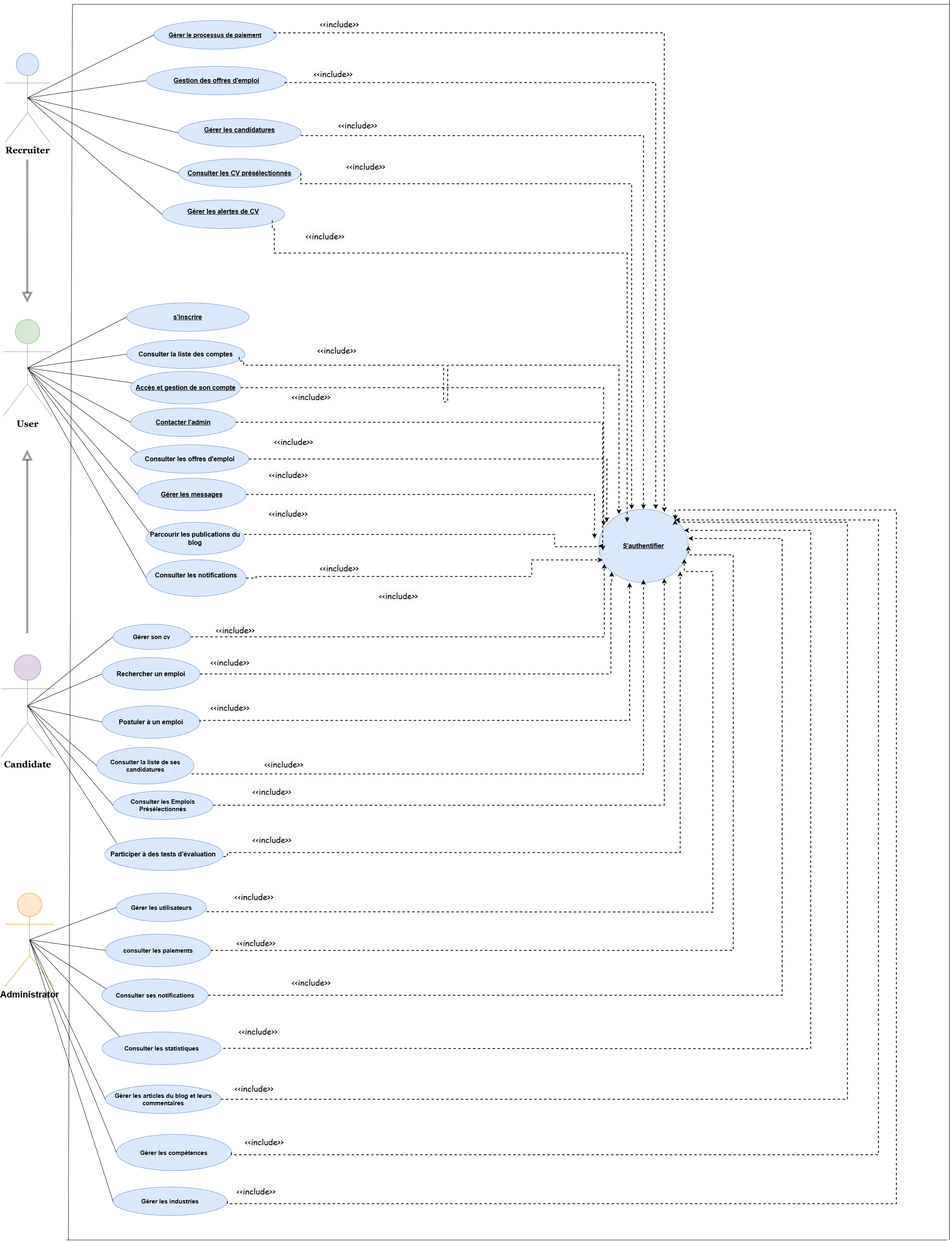
Before: Diagramme cas d'utilisation.drawio.png, a diagram exported from draw.io (chirine1/-project). Source tidied: cells renumbered, new cells last; positions are measured from the earlier drawing's top-left corner, leaving out a move shared by most shapes.
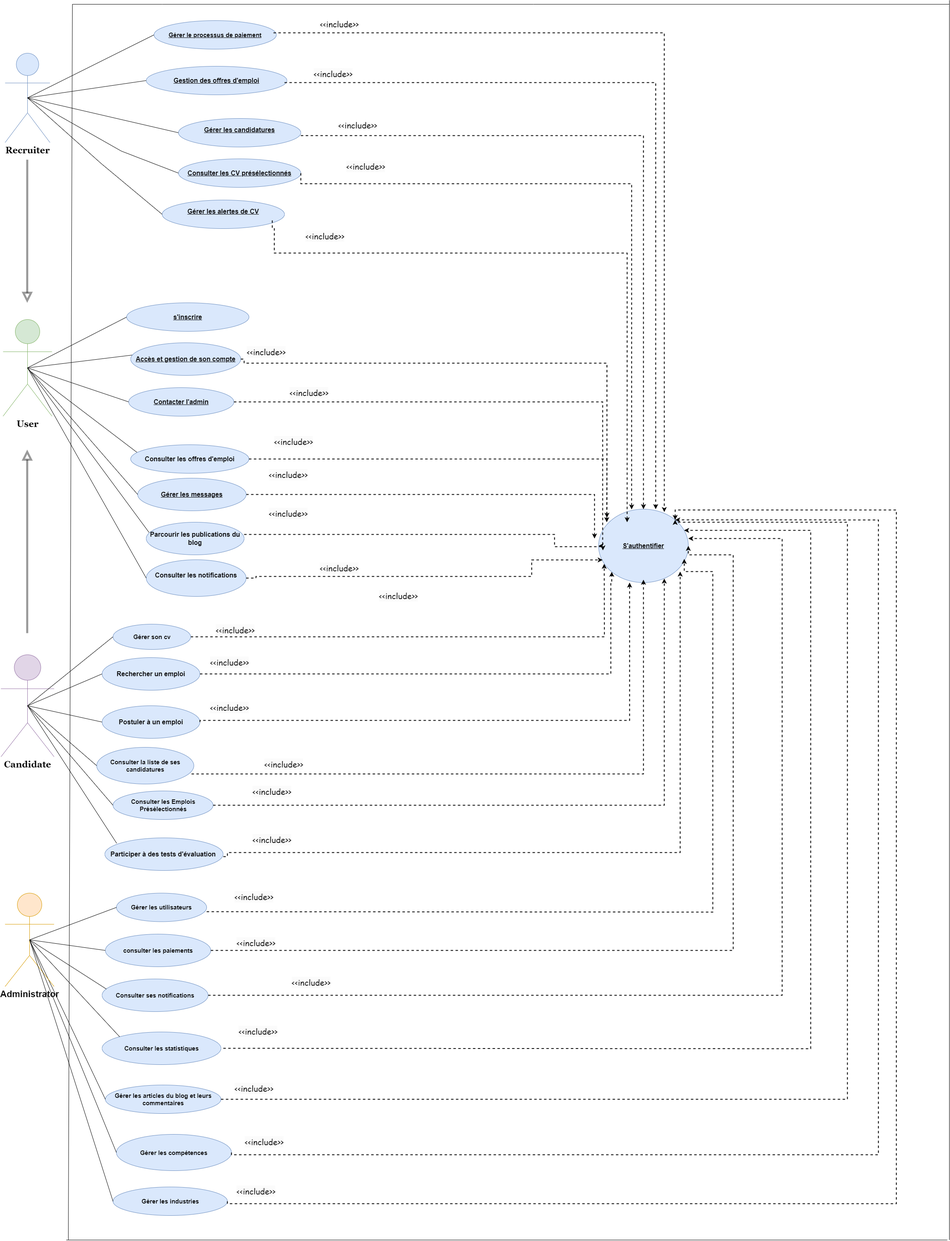
The same diagram one commit later.

Commit message:
Mettre à jour Diagramme cas d'utilisation.drawio.png

Change to the diagram source:
```diff
@@ -25,7 +25,7 @@
       <mxGeometry x="10" y="130" width="110" height="219" as="geometry" />
     </mxCell>
     <mxCell id="6" value="&lt;b style=&quot;font-size: 16px; text-decoration-line: underline;&quot;&gt;Contacter l'admin&lt;/b&gt;" style="ellipse;whiteSpace=wrap;html=1;fillColor=#dae8fc;strokeColor=#6c8ebf;" parent="1" vertex="1">
-      <mxGeometry x="317.9" y="1000" width="258" height="70" as="geometry" />
+      <mxGeometry x="313" y="950" width="258" height="70" as="geometry" />
     </mxCell>
     <mxCell id="7" style="edgeStyle=orthogonalEdgeStyle;rounded=0;jettySize=auto;html=1;dashed=1;exitX=1;exitY=0.5;exitDx=0;exitDy=0;strokeWidth=2;" parent="1" edge="1" source="8">
       <mxGeometry relative="1" as="geometry">
@@ -66,9 +66,6 @@
     <mxCell id="15" value="&lt;span style=&quot;font-size: 15px;&quot;&gt;&lt;b&gt;Consulter les Emplois Présélectionnés&lt;/b&gt;&lt;/span&gt;" style="ellipse;whiteSpace=wrap;html=1;align=center;fillColor=#dae8fc;strokeColor=#6c8ebf;" parent="1" vertex="1">
       <mxGeometry x="274.5" y="1939" width="245.5" height="70" as="geometry" />
     </mxCell>
-    <mxCell id="16" value="&lt;span style=&quot;font-size: 16px;&quot;&gt;&lt;b&gt;Consulter la liste des comptes&lt;/b&gt;&lt;/span&gt;" style="ellipse;whiteSpace=wrap;html=1;align=center;fillColor=#dae8fc;strokeColor=#6c8ebf;" parent="1" vertex="1">
-      <mxGeometry x="307.9" y="833" width="290" height="70" as="geometry" />
-    </mxCell>
     <mxCell id="17" value="&lt;b&gt;&lt;font face=&quot;Helvetica&quot; style=&quot;font-size: 16px;&quot;&gt;S'authentifier&lt;/font&gt;&lt;/b&gt;" style="ellipse;whiteSpace=wrap;html=1;align=center;fontStyle=4;fillColor=#dae8fc;strokeColor=#6c8ebf;" parent="1" vertex="1">
       <mxGeometry x="1465" y="1248" width="220" height="180" as="geometry" />
     </mxCell>
@@ -186,7 +183,7 @@
       <mxGeometry x="525" y="1512" width="130" height="50" as="geometry" />
     </mxCell>
     <mxCell id="45" value="&#10;&lt;span style=&quot;color: rgb(0, 0, 0); font-family: &amp;quot;Comic Sans MS&amp;quot;; font-size: 20px; font-style: normal; font-variant-ligatures: normal; font-variant-caps: normal; font-weight: 400; letter-spacing: normal; orphans: 2; text-align: center; text-indent: 0px; text-transform: none; widows: 2; word-spacing: 0px; -webkit-text-stroke-width: 0px; background-color: rgb(251, 251, 251); text-decoration-thickness: initial; text-decoration-style: initial; text-decoration-color: initial; float: none; display: inline !important;&quot;&gt;&amp;lt;&amp;lt;include&amp;gt;&amp;gt;&lt;/span&gt;&#10;&#10;" style="text;whiteSpace=wrap;html=1;" parent="1" vertex="1">
-      <mxGeometry x="711" y="940" width="110" height="50" as="geometry" />
+      <mxGeometry x="705.9" y="930" width="110" height="50" as="geometry" />
     </mxCell>
     <mxCell id="46" value="&#10;&lt;span style=&quot;color: rgb(0, 0, 0); font-family: &amp;quot;Comic Sans MS&amp;quot;; font-size: 20px; font-style: normal; font-variant-ligatures: normal; font-variant-caps: normal; font-weight: 400; letter-spacing: normal; orphans: 2; text-align: center; text-indent: 0px; text-transform: none; widows: 2; word-spacing: 0px; -webkit-text-stroke-width: 0px; background-color: rgb(251, 251, 251); text-decoration-thickness: initial; text-decoration-style: initial; text-decoration-color: initial; float: none; display: inline !important;&quot;&gt;&amp;lt;&amp;lt;include&amp;gt;&amp;gt;&lt;/span&gt;&#10;&#10;" style="text;whiteSpace=wrap;html=1;" parent="1" vertex="1">
       <mxGeometry x="575.9" y="2279" width="130" height="50" as="geometry" />
@@ -216,9 +213,6 @@
     <mxCell id="53" style="endArrow=none;html=1;rounded=0;entryX=0;entryY=0.5;entryDx=0;entryDy=0;exitX=0.5;exitY=0.5;exitDx=0;exitDy=0;exitPerimeter=0;" parent="1" edge="1" source="5" target="33">
       <mxGeometry relative="1" as="geometry" />
     </mxCell>
-    <mxCell id="54" style="endArrow=none;html=1;rounded=0;exitX=0.5;exitY=0.5;exitDx=0;exitDy=0;exitPerimeter=0;entryX=0;entryY=0.5;entryDx=0;entryDy=0;" parent="1" edge="1" source="4" target="16">
-      <mxGeometry relative="1" as="geometry" />
-    </mxCell>
     <mxCell id="55" style="endArrow=none;html=1;rounded=0;entryX=0;entryY=0.5;entryDx=0;entryDy=0;exitX=0.5;exitY=0.5;exitDx=0;exitDy=0;exitPerimeter=0;" parent="1" edge="1" source="4" target="36">
       <mxGeometry relative="1" as="geometry" />
     </mxCell>
@@ -283,9 +277,6 @@
         </Array>
       </mxGeometry>
     </mxCell>
-    <mxCell id="71" value="&lt;span style=&quot;color: rgb(0, 0, 0); font-family: &amp;quot;Comic Sans MS&amp;quot;; font-size: 20px; font-style: normal; font-variant-ligatures: normal; font-variant-caps: normal; font-weight: 400; letter-spacing: normal; orphans: 2; text-align: center; text-indent: 0px; text-transform: none; widows: 2; word-spacing: 0px; -webkit-text-stroke-width: 0px; background-color: rgb(251, 251, 251); text-decoration-thickness: initial; text-decoration-style: initial; text-decoration-color: initial; float: none; display: inline !important;&quot;&gt;&amp;lt;&amp;lt;include&amp;gt;&amp;gt;&lt;/span&gt;" style="text;whiteSpace=wrap;html=1;" parent="1" vertex="1">
-      <mxGeometry x="774.1" y="839.5" width="130" height="50" as="geometry" />
-    </mxCell>
     <mxCell id="72" value="&lt;span style=&quot;color: rgb(0, 0, 0); font-family: &amp;quot;Comic Sans MS&amp;quot;; font-size: 20px; font-style: normal; font-variant-ligatures: normal; font-variant-caps: normal; font-weight: 400; letter-spacing: normal; orphans: 2; text-align: center; text-indent: 0px; text-transform: none; widows: 2; word-spacing: 0px; -webkit-text-stroke-width: 0px; background-color: rgb(251, 251, 251); text-decoration-thickness: initial; text-decoration-style: initial; text-decoration-color: initial; float: none; display: inline !important;&quot;&gt;&amp;lt;&amp;lt;include&amp;gt;&amp;gt;&lt;/span&gt;" style="text;whiteSpace=wrap;html=1;" parent="1" vertex="1">
       <mxGeometry x="745" y="560" width="130" height="50" as="geometry" />
     </mxCell>
@@ -331,7 +322,7 @@
       <mxGeometry x="615" y="1922" width="130" height="50" as="geometry" />
     </mxCell>
     <mxCell id="81" value="&lt;b style=&quot;font-size: 16px;&quot;&gt;Accès et gestion de son compte&lt;/b&gt;" style="ellipse;whiteSpace=wrap;html=1;align=center;fontStyle=4;fillColor=#dae8fc;strokeColor=#6c8ebf;" parent="1" vertex="1">
-      <mxGeometry x="317.9" y="910" width="270" height="80" as="geometry" />
+      <mxGeometry x="317.9" y="840" width="270" height="80" as="geometry" />
     </mxCell>
     <mxCell id="82" style="endArrow=none;html=1;rounded=0;entryX=0.029;entryY=0.315;entryDx=0;entryDy=0;entryPerimeter=0;exitX=0.5;exitY=0.5;exitDx=0;exitDy=0;exitPerimeter=0;" parent="1" edge="1" source="4" target="74">
       <mxGeometry relative="1" as="geometry" />
@@ -422,33 +413,20 @@
         </Array>
       </mxGeometry>
     </mxCell>
-    <mxCell id="99" style="edgeStyle=orthogonalEdgeStyle;rounded=0;orthogonalLoop=1;jettySize=auto;html=1;dashed=1;strokeWidth=2;" parent="1" edge="1">
-      <mxGeometry relative="1" as="geometry">
-        <mxPoint x="584" y="874.9" as="sourcePoint" />
-        <mxPoint x="1515" y="1260" as="targetPoint" />
-        <Array as="points">
-          <mxPoint x="584" y="885" />
-          <mxPoint x="595" y="885" />
-          <mxPoint x="595" y="895" />
-          <mxPoint x="1085" y="895" />
-          <mxPoint x="1085" y="985" />
-          <mxPoint x="1095" y="985" />
-          <mxPoint x="1095" y="895" />
-          <mxPoint x="1515" y="895" />
-        </Array>
-      </mxGeometry>
-    </mxCell>
-    <mxCell id="100" style="edgeStyle=orthogonalEdgeStyle;rounded=0;jettySize=auto;html=1;dashed=1;entryX=0.056;entryY=0.227;entryDx=0;entryDy=0;exitX=1;exitY=0.5;exitDx=0;exitDy=0;strokeWidth=2;entryPerimeter=0;" parent="1" edge="1" source="81" target="17">
+    <mxCell id="100" style="edgeStyle=orthogonalEdgeStyle;rounded=0;jettySize=auto;html=1;dashed=1;entryX=0.056;entryY=0.227;entryDx=0;entryDy=0;exitX=1;exitY=0.5;exitDx=0;exitDy=0;strokeWidth=2;entryPerimeter=0;" parent="1" edge="1" source="81">
       <mxGeometry relative="1" as="geometry">
+        <mxPoint x="1485.5" y="1268.9" as="targetPoint" />
         <Array as="points">
-          <mxPoint x="1477" y="950" />
+          <mxPoint x="596" y="880" />
+          <mxPoint x="596" y="890" />
+          <mxPoint x="1485" y="890" />
         </Array>
       </mxGeometry>
     </mxCell>
     <mxCell id="101" style="edgeStyle=orthogonalEdgeStyle;rounded=0;jettySize=auto;html=1;dashed=1;exitX=1;exitY=0.5;exitDx=0;exitDy=0;entryX=0;entryY=0.5;entryDx=0;entryDy=0;strokeWidth=2;" parent="1" edge="1" source="6" target="17">
       <mxGeometry relative="1" as="geometry">
         <Array as="points">
-          <mxPoint x="1475" y="1035" />
+          <mxPoint x="1475" y="985" />
           <mxPoint x="1475" y="1338" />
         </Array>
       </mxGeometry>
@@ -532,5 +510,8 @@
     <mxCell id="116" value="&lt;span style=&quot;color: rgb(0, 0, 0); font-family: &amp;quot;Comic Sans MS&amp;quot;; font-size: 20px; font-style: normal; font-variant-ligatures: normal; font-variant-caps: normal; font-weight: 400; letter-spacing: normal; orphans: 2; text-align: center; text-indent: 0px; text-transform: none; widows: 2; word-spacing: 0px; -webkit-text-stroke-width: 0px; background-color: rgb(251, 251, 251); text-decoration-thickness: initial; text-decoration-style: initial; text-decoration-color: initial; float: none; display: inline !important;&quot;&gt;&amp;lt;&amp;lt;include&amp;gt;&amp;gt;&lt;/span&gt;" style="text;whiteSpace=wrap;html=1;" parent="1" vertex="1">
       <mxGeometry x="596" y="2781" width="130" height="50" as="geometry" />
     </mxCell>
+    <mxCell id="71" value="&#10;&lt;span style=&quot;color: rgb(0, 0, 0); font-family: &amp;quot;Comic Sans MS&amp;quot;; font-size: 20px; font-style: normal; font-variant-ligatures: normal; font-variant-caps: normal; font-weight: 400; letter-spacing: normal; orphans: 2; text-align: center; text-indent: 0px; text-transform: none; widows: 2; word-spacing: 0px; -webkit-text-stroke-width: 0px; background-color: rgb(251, 251, 251); text-decoration-thickness: initial; text-decoration-style: initial; text-decoration-color: initial; float: none; display: inline !important;&quot;&gt;&amp;lt;&amp;lt;include&amp;gt;&amp;gt;&lt;/span&gt;&#10;&#10;" style="text;whiteSpace=wrap;html=1;" parent="1" vertex="1">
+      <mxGeometry x="601" y="830" width="110" height="50" as="geometry" />
+    </mxCell>
   </root>
 </mxGraphModel>
```
